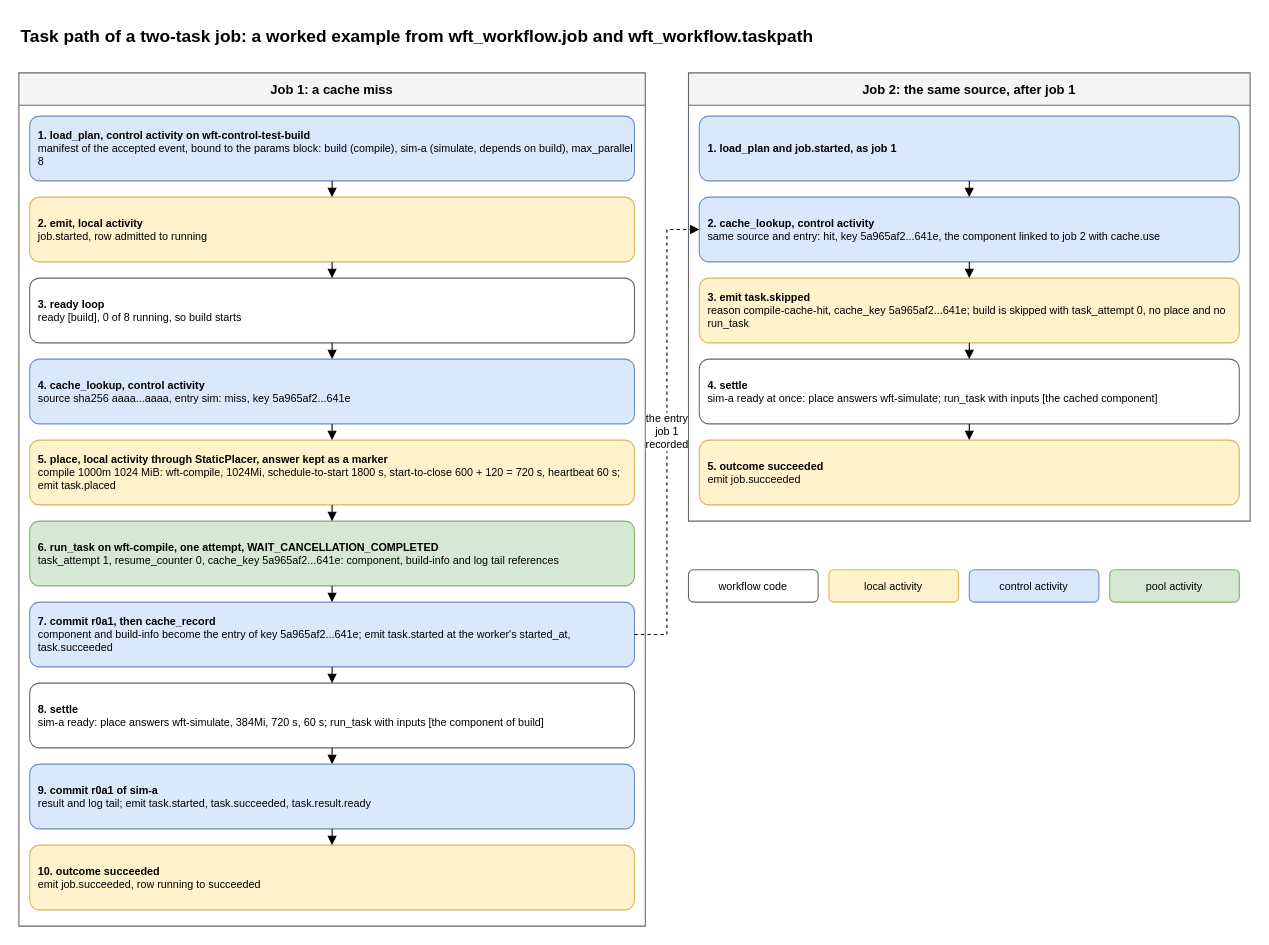
Earlier version of the draw.io diagram packages/workflow/task-path.drawio (AndoNorth/disyard). Source tidied: cells renumbered, new cells numbered last; positions are measured from the earlier drawing's top-left corner, leaving out a move shared by most shapes. Both pictures are drawn from the tidied source at 108%, with x=0, y=0 at pixel (18, 18).
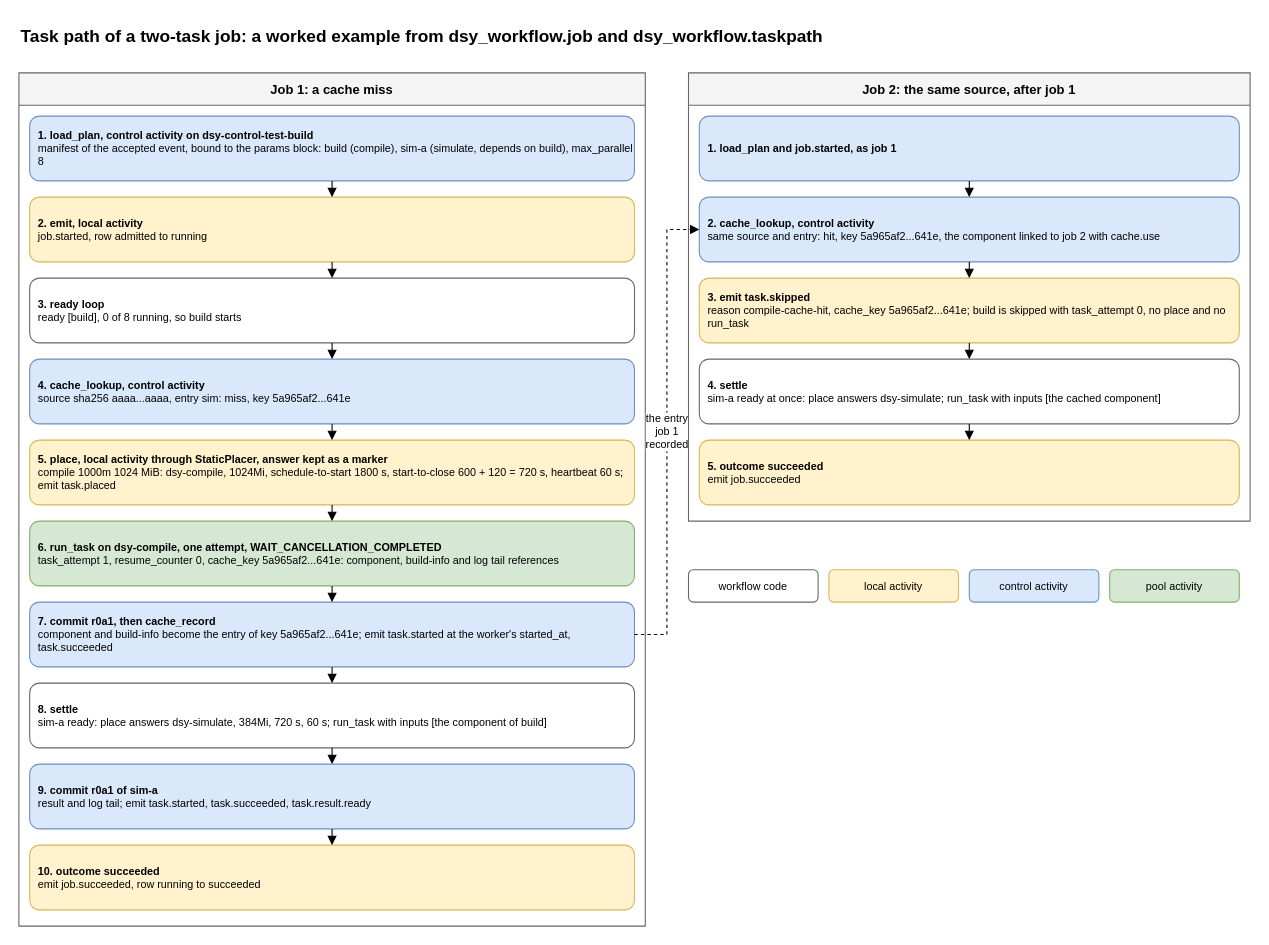
The same diagram, later.

The change refers to these unchanged cells:
```xml
<mxCell id="3" value="Job 1: a cache miss" style="swimlane;startSize=30;fillColor=#f5f5f5;strokeColor=#666666;fontStyle=1;" parent="1" vertex="1">
  <mxGeometry y="50" width="580" height="790" as="geometry" />
</mxCell>
<mxCell id="23" value="Job 2: the same source, after job 1" style="swimlane;startSize=30;fillColor=#f5f5f5;strokeColor=#666666;fontStyle=1;" parent="1" vertex="1">
  <mxGeometry x="620" y="50" width="520" height="415" as="geometry" />
</mxCell>
```

What changed in the source:
```diff
@@
-    <mxCell id="2" value="Task path of a two-task job: a worked example from wft_workflow.job and wft_workflow.taskpath" style="text;html=1;fontSize=16;fontStyle=1;align=left;" parent="1" vertex="1">
+    <mxCell id="2" value="Task path of a two-task job: a worked example from dsy_workflow.job and dsy_workflow.taskpath" style="text;html=1;fontSize=16;fontStyle=1;align=left;" parent="1" vertex="1">
       <mxGeometry width="1140" height="30" as="geometry" />
     </mxCell>
@@
-    <mxCell id="4" value="&lt;b&gt;1. load_plan, control activity on wft-control-test-build&lt;/b&gt;&lt;br&gt;manifest of the accepted event, bound to the params block: build (compile), sim-a (simulate, depends on build), max_parallel 8" style="rounded=1;whiteSpace=wrap;html=1;fillColor=#dae8fc;strokeColor=#6c8ebf;fontSize=10;align=left;spacingLeft=6;" parent="3" vertex="1">
+    <mxCell id="4" value="&lt;b&gt;1. load_plan, control activity on dsy-control-test-build&lt;/b&gt;&lt;br&gt;manifest of the accepted event, bound to the params block: build (compile), sim-a (simulate, depends on build), max_parallel 8" style="rounded=1;whiteSpace=wrap;html=1;fillColor=#dae8fc;strokeColor=#6c8ebf;fontSize=10;align=left;spacingLeft=6;" parent="3" vertex="1">
       <mxGeometry x="10" y="40" width="560" height="60" as="geometry" />
     </mxCell>
@@
-    <mxCell id="8" value="&lt;b&gt;5. place, local activity through StaticPlacer, answer kept as a marker&lt;/b&gt;&lt;br&gt;compile 1000m 1024 MiB: wft-compile, 1024Mi, schedule-to-start 1800 s, start-to-close 600 + 120 = 720 s, heartbeat 60 s; emit task.placed" style="rounded=1;whiteSpace=wrap;html=1;fillColor=#fff2cc;strokeColor=#d6b656;fontSize=10;align=left;spacingLeft=6;" parent="3" vertex="1">
+    <mxCell id="8" value="&lt;b&gt;5. place, local activity through StaticPlacer, answer kept as a marker&lt;/b&gt;&lt;br&gt;compile 1000m 1024 MiB: dsy-compile, 1024Mi, schedule-to-start 1800 s, start-to-close 600 + 120 = 720 s, heartbeat 60 s; emit task.placed" style="rounded=1;whiteSpace=wrap;html=1;fillColor=#fff2cc;strokeColor=#d6b656;fontSize=10;align=left;spacingLeft=6;" parent="3" vertex="1">
       <mxGeometry x="10" y="340" width="560" height="60" as="geometry" />
     </mxCell>
-    <mxCell id="9" value="&lt;b&gt;6. run_task on wft-compile, one attempt, WAIT_CANCELLATION_COMPLETED&lt;/b&gt;&lt;br&gt;task_attempt 1, resume_counter 0, cache_key 5a965af2...641e: component, build-info and log tail references" style="rounded=1;whiteSpace=wrap;html=1;fillColor=#d5e8d4;strokeColor=#82b366;fontSize=10;align=left;spacingLeft=6;" parent="3" vertex="1">
+    <mxCell id="9" value="&lt;b&gt;6. run_task on dsy-compile, one attempt, WAIT_CANCELLATION_COMPLETED&lt;/b&gt;&lt;br&gt;task_attempt 1, resume_counter 0, cache_key 5a965af2...641e: component, build-info and log tail references" style="rounded=1;whiteSpace=wrap;html=1;fillColor=#d5e8d4;strokeColor=#82b366;fontSize=10;align=left;spacingLeft=6;" parent="3" vertex="1">
       <mxGeometry x="10" y="415" width="560" height="60" as="geometry" />
     </mxCell>
@@
-    <mxCell id="11" value="&lt;b&gt;8. settle&lt;/b&gt;&lt;br&gt;sim-a ready: place answers wft-simulate, 384Mi, 720 s, 60 s; run_task with inputs [the component of build]" style="rounded=1;whiteSpace=wrap;html=1;fillColor=#ffffff;strokeColor=#666666;fontSize=10;align=left;spacingLeft=6;" parent="3" vertex="1">
+    <mxCell id="11" value="&lt;b&gt;8. settle&lt;/b&gt;&lt;br&gt;sim-a ready: place answers dsy-simulate, 384Mi, 720 s, 60 s; run_task with inputs [the component of build]" style="rounded=1;whiteSpace=wrap;html=1;fillColor=#ffffff;strokeColor=#666666;fontSize=10;align=left;spacingLeft=6;" parent="3" vertex="1">
       <mxGeometry x="10" y="565" width="560" height="60" as="geometry" />
     </mxCell>
@@
-    <mxCell id="27" value="&lt;b&gt;4. settle&lt;/b&gt;&lt;br&gt;sim-a ready at once: place answers wft-simulate; run_task with inputs [the cached component]" style="rounded=1;whiteSpace=wrap;html=1;fillColor=#ffffff;strokeColor=#666666;fontSize=10;align=left;spacingLeft=6;" parent="23" vertex="1">
+    <mxCell id="27" value="&lt;b&gt;4. settle&lt;/b&gt;&lt;br&gt;sim-a ready at once: place answers dsy-simulate; run_task with inputs [the cached component]" style="rounded=1;whiteSpace=wrap;html=1;fillColor=#ffffff;strokeColor=#666666;fontSize=10;align=left;spacingLeft=6;" parent="23" vertex="1">
       <mxGeometry x="10" y="265" width="500" height="60" as="geometry" />
     </mxCell>
```
